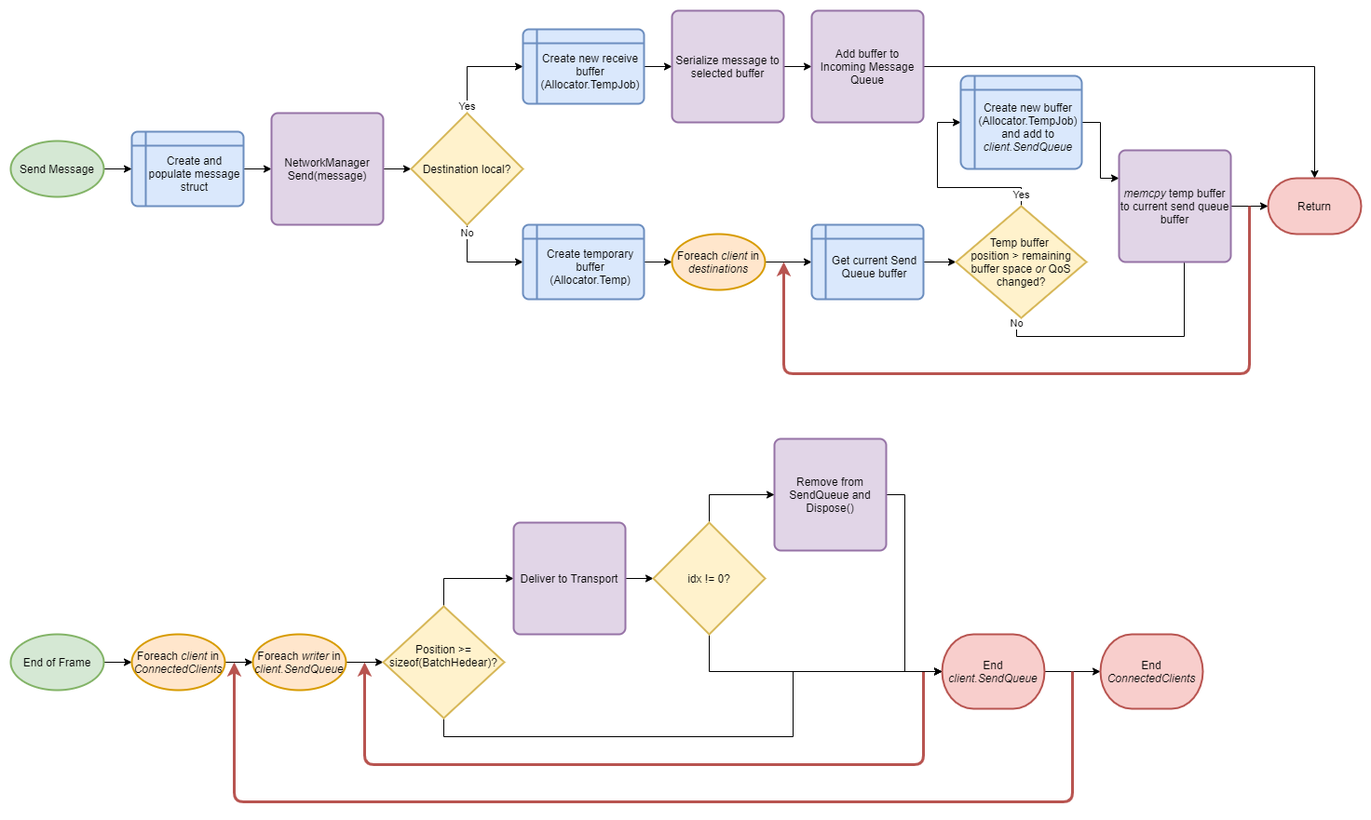
Above: text/0029-zero-alloc-messaging-flow/sending.png in Unity-Technologies/com.unity.multiplayer.rfcs (draw.io), before the change. Source tidied: cells renumbered, new cells last; positions are measured from the earlier drawing's top-left corner, leaving out a move shared by most shapes.
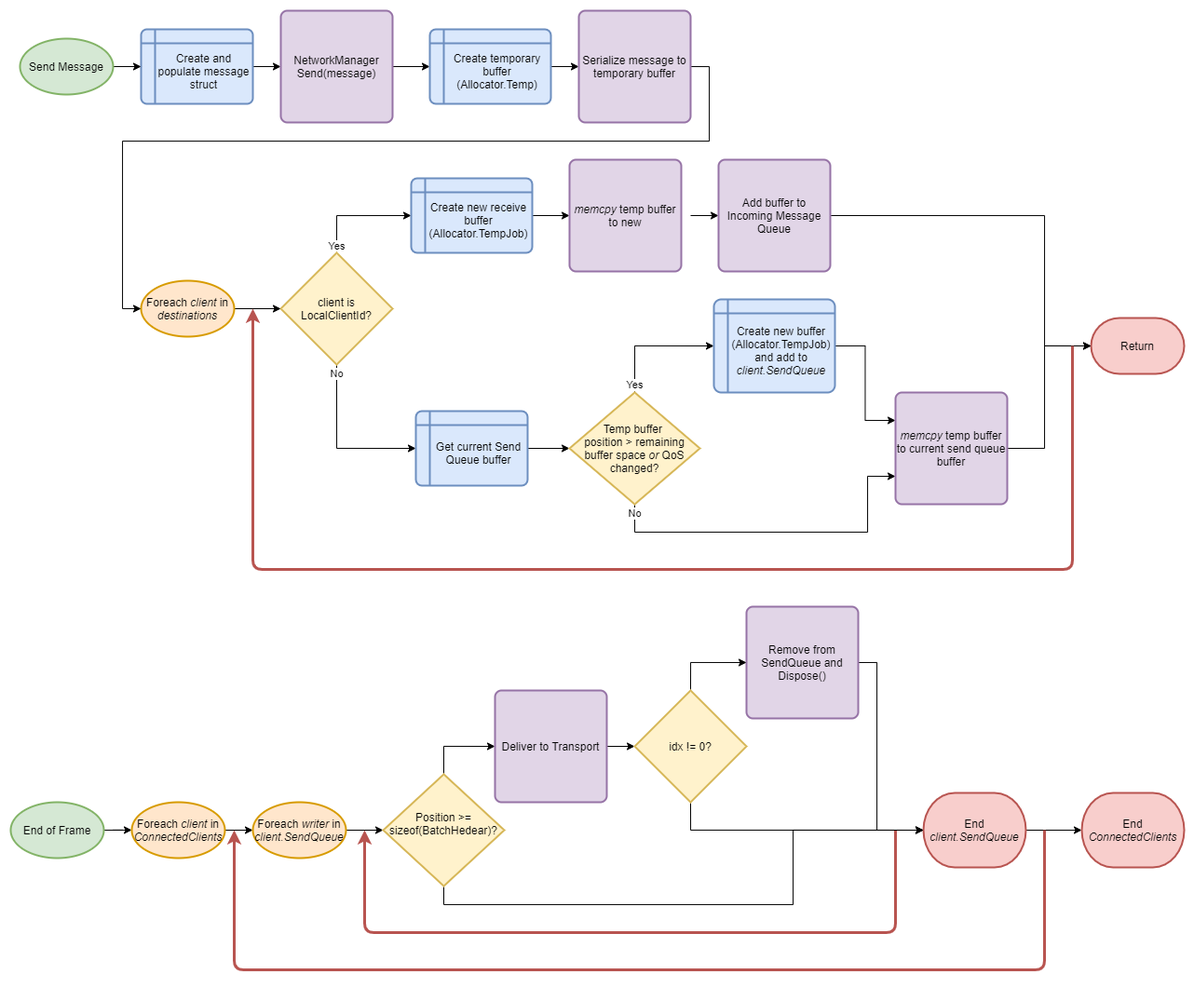
The same file after the commit.

Commit message:
Fixed inaccuracy in sending flow chart

What changed in the source:
```diff
@@ -10,5 +10,5 @@
     </mxCell>
-    <mxCell id="4" style="edgeStyle=orthogonalEdgeStyle;rounded=0;jettySize=auto;html=1;exitX=1;exitY=0.5;exitDx=0;exitDy=0;entryX=0;entryY=0.5;entryDx=0;entryDy=0;entryPerimeter=0;" parent="1" edge="1" source="5" target="8">
-      <mxGeometry relative="1" as="geometry" />
-    </mxCell>
+    <mxCell id="57" style="edgeStyle=orthogonalEdgeStyle;rounded=0;jettySize=auto;html=1;exitX=1;exitY=0.5;exitDx=0;exitDy=0;entryX=0;entryY=0.5;entryDx=0;entryDy=0;strokeWidth=1;fontSize=11;" parent="1" edge="1" source="5" target="21">
+      <mxGeometry relative="1" as="geometry" />
+    </mxCell>
     <mxCell id="5" value="NetworkManager&lt;br&gt;Send(message)" style="rounded=1;whiteSpace=wrap;html=1;absoluteArcSize=1;arcSize=14;strokeWidth=2;fillColor=#e1d5e7;strokeColor=#9673a6;" parent="1" vertex="1">
@@ -21,11 +21,11 @@
     </mxCell>
-    <mxCell id="7" value="No" style="edgeStyle=orthogonalEdgeStyle;rounded=0;jettySize=auto;html=1;exitX=0.5;exitY=1;exitDx=0;exitDy=0;exitPerimeter=0;entryX=0;entryY=0.5;entryDx=0;entryDy=0;" parent="1" edge="1" source="8" target="21">
-      <mxGeometry x="-0.85" relative="1" as="geometry">
-        <mxPoint y="1" as="offset" />
+    <mxCell id="7" value="No" style="edgeStyle=orthogonalEdgeStyle;rounded=0;jettySize=auto;html=1;exitX=0.5;exitY=1;exitDx=0;exitDy=0;exitPerimeter=0;entryX=0;entryY=0.5;entryDx=0;entryDy=0;fontSize=11;strokeWidth=1;" parent="1" edge="1" source="8" target="25">
+      <mxGeometry x="-0.89" relative="1" as="geometry">
+        <mxPoint y="-1" as="offset" />
       </mxGeometry>
     </mxCell>
-    <mxCell id="8" value="Destination local?" style="strokeWidth=2;html=1;shape=mxgraph.flowchart.decision;whiteSpace=wrap;fillColor=#fff2cc;strokeColor=#d6b656;" parent="1" vertex="1">
-      <mxGeometry x="430" y="110" width="120" height="120" as="geometry" />
+    <mxCell id="8" value="client is LocalClientId?" style="strokeWidth=2;html=1;shape=mxgraph.flowchart.decision;whiteSpace=wrap;fillColor=#fff2cc;strokeColor=#d6b656;" parent="1" vertex="1">
+      <mxGeometry x="280" y="370" width="120" height="120" as="geometry" />
     </mxCell>
-    <mxCell id="9" style="edgeStyle=orthogonalEdgeStyle;rounded=0;jettySize=auto;html=1;exitX=1;exitY=0.5;exitDx=0;exitDy=0;entryX=0;entryY=0.5;entryDx=0;entryDy=0;" parent="1" edge="1" source="10" target="15">
+    <mxCell id="9" style="edgeStyle=orthogonalEdgeStyle;rounded=0;jettySize=auto;html=1;exitX=1;exitY=0.5;exitDx=0;exitDy=0;entryX=0;entryY=0.5;entryDx=0;entryDy=0;" parent="1" edge="1" source="10" target="62">
       <mxGeometry relative="1" as="geometry" />
@@ -33,3 +33,3 @@
     <mxCell id="10" value="Create new receive buffer (Allocator.TempJob)" style="shape=internalStorage;whiteSpace=wrap;html=1;dx=15;dy=15;rounded=1;arcSize=8;strokeWidth=2;spacingLeft=15;spacingTop=10;fillColor=#dae8fc;strokeColor=#6c8ebf;" parent="1" vertex="1">
-      <mxGeometry x="550" y="20" width="130" height="80" as="geometry" />
+      <mxGeometry x="420" y="290" width="130" height="80" as="geometry" />
     </mxCell>
@@ -50,16 +50,20 @@
     </mxCell>
-    <mxCell id="14" style="edgeStyle=orthogonalEdgeStyle;rounded=0;jettySize=auto;html=1;exitX=1;exitY=0.5;exitDx=0;exitDy=0;entryX=0;entryY=0.5;entryDx=0;entryDy=0;" parent="1" edge="1" source="15" target="18">
-      <mxGeometry relative="1" as="geometry" />
+    <mxCell id="14" style="edgeStyle=orthogonalEdgeStyle;rounded=0;jettySize=auto;html=1;exitX=1;exitY=0.5;exitDx=0;exitDy=0;entryX=0;entryY=0.5;entryDx=0;entryDy=0;" parent="1" edge="1" target="18">
+      <mxGeometry relative="1" as="geometry">
+        <mxPoint x="720" y="330" as="sourcePoint" />
+      </mxGeometry>
     </mxCell>
-    <mxCell id="15" value="Serialize message to selected buffer" style="rounded=1;whiteSpace=wrap;html=1;absoluteArcSize=1;arcSize=14;strokeWidth=2;fillColor=#e1d5e7;strokeColor=#9673a6;" parent="1" vertex="1">
-      <mxGeometry x="710" width="120" height="120" as="geometry" />
-    </mxCell>
     <mxCell id="16" value="Return" style="strokeWidth=2;html=1;shape=mxgraph.flowchart.terminator;whiteSpace=wrap;fillColor=#f8cecc;strokeColor=#b85450;" parent="1" vertex="1">
-      <mxGeometry x="1350" y="180" width="100" height="60" as="geometry" />
+      <mxGeometry x="1150" y="440" width="100" height="60" as="geometry" />
     </mxCell>
-    <mxCell id="17" style="edgeStyle=orthogonalEdgeStyle;rounded=0;jettySize=auto;html=1;exitX=1;exitY=0.5;exitDx=0;exitDy=0;entryX=0.5;entryY=0;entryDx=0;entryDy=0;entryPerimeter=0;" parent="1" edge="1" source="18" target="16">
-      <mxGeometry relative="1" as="geometry" />
+    <mxCell id="17" style="edgeStyle=orthogonalEdgeStyle;rounded=0;jettySize=auto;html=1;exitX=1;exitY=0.5;exitDx=0;exitDy=0;entryX=0;entryY=0.5;entryDx=0;entryDy=0;entryPerimeter=0;" parent="1" edge="1" source="18" target="16">
+      <mxGeometry relative="1" as="geometry">
+        <Array as="points">
+          <mxPoint x="1100" y="330" />
+          <mxPoint x="1100" y="470" />
+        </Array>
+      </mxGeometry>
     </mxCell>
     <mxCell id="18" value="Add buffer to Incoming Message Queue" style="rounded=1;whiteSpace=wrap;html=1;absoluteArcSize=1;arcSize=14;strokeWidth=2;fillColor=#e1d5e7;strokeColor=#9673a6;" parent="1" vertex="1">
-      <mxGeometry x="860" width="120" height="120" as="geometry" />
+      <mxGeometry x="750" y="270" width="120" height="120" as="geometry" />
     </mxCell>
@@ -70,13 +74,13 @@
     </mxCell>
-    <mxCell id="20" style="edgeStyle=orthogonalEdgeStyle;rounded=0;jettySize=auto;html=1;exitX=1;exitY=0.5;exitDx=0;exitDy=0;entryX=0;entryY=0.5;entryDx=0;entryDy=0;entryPerimeter=0;" parent="1" edge="1" source="21" target="23">
-      <mxGeometry relative="1" as="geometry" />
-    </mxCell>
+    <mxCell id="58" style="edgeStyle=orthogonalEdgeStyle;rounded=0;jettySize=auto;html=1;exitX=1;exitY=0.5;exitDx=0;exitDy=0;entryX=0;entryY=0.5;entryDx=0;entryDy=0;fontSize=11;strokeWidth=1;" parent="1" edge="1" source="21" target="61">
+      <mxGeometry relative="1" as="geometry" />
+    </mxCell>
     <mxCell id="21" value="Create temporary buffer (Allocator.Temp)" style="shape=internalStorage;whiteSpace=wrap;html=1;dx=15;dy=15;rounded=1;arcSize=8;strokeWidth=2;spacingLeft=15;spacingTop=10;fillColor=#dae8fc;strokeColor=#6c8ebf;" parent="1" vertex="1">
-      <mxGeometry x="550" y="230" width="130" height="80" as="geometry" />
+      <mxGeometry x="440" y="130" width="130" height="80" as="geometry" />
     </mxCell>
-    <mxCell id="22" style="edgeStyle=orthogonalEdgeStyle;rounded=0;jettySize=auto;html=1;exitX=1;exitY=0.5;exitDx=0;exitDy=0;exitPerimeter=0;entryX=0;entryY=0.5;entryDx=0;entryDy=0;" parent="1" edge="1" source="23" target="25">
-      <mxGeometry relative="1" as="geometry" />
-    </mxCell>
+    <mxCell id="59" style="edgeStyle=orthogonalEdgeStyle;rounded=0;jettySize=auto;html=1;exitX=1;exitY=0.5;exitDx=0;exitDy=0;exitPerimeter=0;entryX=0;entryY=0.5;entryDx=0;entryDy=0;entryPerimeter=0;fontSize=11;strokeWidth=1;" parent="1" edge="1" source="23" target="8">
+      <mxGeometry relative="1" as="geometry" />
+    </mxCell>
     <mxCell id="23" value="Foreach &lt;i&gt;client&amp;nbsp;&lt;/i&gt;in &lt;i&gt;destinations&lt;/i&gt;" style="strokeWidth=2;html=1;shape=mxgraph.flowchart.start_1;whiteSpace=wrap;fillColor=#ffe6cc;strokeColor=#d79b00;" parent="1" vertex="1">
-      <mxGeometry x="710" y="240" width="100" height="60" as="geometry" />
+      <mxGeometry x="130" y="400" width="100" height="60" as="geometry" />
     </mxCell>
@@ -86,3 +90,3 @@
     <mxCell id="25" value="Get current Send Queue buffer" style="shape=internalStorage;whiteSpace=wrap;html=1;dx=15;dy=15;rounded=1;arcSize=8;strokeWidth=2;spacingLeft=15;spacingTop=10;fillColor=#dae8fc;strokeColor=#6c8ebf;" parent="1" vertex="1">
-      <mxGeometry x="860" y="230" width="120" height="80" as="geometry" />
+      <mxGeometry x="425" y="540" width="120" height="80" as="geometry" />
     </mxCell>
@@ -96,7 +100,7 @@
         <Array as="points">
-          <mxPoint x="1080" y="350" />
-          <mxPoint x="1260" y="350" />
-          <mxPoint x="1260" y="240" />
+          <mxPoint x="660" y="670" />
+          <mxPoint x="910" y="670" />
+          <mxPoint x="910" y="610" />
         </Array>
-        <mxPoint y="1" as="offset" />
+        <mxPoint y="-1" as="offset" />
       </mxGeometry>
@@ -104,3 +108,3 @@
     <mxCell id="28" value="Temp buffer &lt;br&gt;position &amp;gt; remaining&lt;br&gt;buffer space &lt;i&gt;or &lt;/i&gt;QoS changed?" style="strokeWidth=2;html=1;shape=mxgraph.flowchart.decision;whiteSpace=wrap;fillColor=#fff2cc;strokeColor=#d6b656;spacingLeft=10;spacingBottom=0;spacingRight=10;" parent="1" vertex="1">
-      <mxGeometry x="1015" y="210" width="140" height="120" as="geometry" />
+      <mxGeometry x="590" y="520" width="140" height="120" as="geometry" />
     </mxCell>
@@ -110,9 +114,14 @@
     <mxCell id="30" value="Create new buffer (Allocator.TempJob) and add to &lt;i&gt;client.SendQueue&lt;/i&gt;" style="shape=internalStorage;whiteSpace=wrap;html=1;dx=15;dy=15;rounded=1;arcSize=8;strokeWidth=2;spacingLeft=15;spacingTop=10;fillColor=#dae8fc;strokeColor=#6c8ebf;" parent="1" vertex="1">
-      <mxGeometry x="1020" y="70" width="130" height="100" as="geometry" />
+      <mxGeometry x="745" y="420" width="130" height="100" as="geometry" />
     </mxCell>
-    <mxCell id="31" style="edgeStyle=orthogonalEdgeStyle;rounded=0;jettySize=auto;html=1;exitX=1;exitY=0.5;exitDx=0;exitDy=0;" parent="1" edge="1" source="32" target="16">
-      <mxGeometry relative="1" as="geometry" />
+    <mxCell id="31" style="edgeStyle=orthogonalEdgeStyle;rounded=0;jettySize=auto;html=1;exitX=1;exitY=0.5;exitDx=0;exitDy=0;entryX=0;entryY=0.5;entryDx=0;entryDy=0;entryPerimeter=0;" parent="1" edge="1" source="32" target="16">
+      <mxGeometry relative="1" as="geometry">
+        <Array as="points">
+          <mxPoint x="1100" y="580" />
+          <mxPoint x="1100" y="470" />
+        </Array>
+      </mxGeometry>
     </mxCell>
     <mxCell id="32" value="&lt;i&gt;memcpy &lt;/i&gt;temp buffer to current send queue buffer" style="rounded=1;whiteSpace=wrap;html=1;absoluteArcSize=1;arcSize=14;strokeWidth=2;fillColor=#e1d5e7;strokeColor=#9673a6;" parent="1" vertex="1">
-      <mxGeometry x="1190" y="150" width="120" height="120" as="geometry" />
+      <mxGeometry x="940" y="520" width="120" height="120" as="geometry" />
     </mxCell>
@@ -120,7 +129,7 @@
       <mxGeometry relative="1" as="geometry">
-        <mxPoint x="1330" y="210" as="sourcePoint" />
-        <mxPoint x="830" y="270" as="targetPoint" />
+        <mxPoint x="1130" y="470" as="sourcePoint" />
+        <mxPoint x="250" y="430" as="targetPoint" />
         <Array as="points">
-          <mxPoint x="1330" y="390" />
-          <mxPoint x="830" y="390" />
+          <mxPoint x="1130" y="710" />
+          <mxPoint x="250" y="710" />
         </Array>
@@ -138,3 +147,3 @@
     <mxCell id="37" value="End of Frame" style="strokeWidth=2;html=1;shape=mxgraph.flowchart.start_1;whiteSpace=wrap;labelBackgroundColor=none;fillColor=#d5e8d4;strokeColor=#82b366;" parent="1" vertex="1">
-      <mxGeometry y="670" width="100" height="60" as="geometry" />
+      <mxGeometry x="-10" y="960" width="100" height="60" as="geometry" />
     </mxCell>
@@ -144,3 +153,3 @@
     <mxCell id="39" value="Foreach &lt;i&gt;client&amp;nbsp;&lt;/i&gt;in &lt;i&gt;ConnectedClients&lt;/i&gt;" style="strokeWidth=2;html=1;shape=mxgraph.flowchart.start_1;whiteSpace=wrap;fillColor=#ffe6cc;strokeColor=#d79b00;" parent="1" vertex="1">
-      <mxGeometry x="130" y="670" width="100" height="60" as="geometry" />
+      <mxGeometry x="120" y="960" width="100" height="60" as="geometry" />
     </mxCell>
@@ -150,3 +159,3 @@
     <mxCell id="41" value="Foreach &lt;i&gt;writer&amp;nbsp;&lt;/i&gt;in &lt;i&gt;client.SendQueue&lt;/i&gt;" style="strokeWidth=2;html=1;shape=mxgraph.flowchart.start_1;whiteSpace=wrap;fillColor=#ffe6cc;strokeColor=#d79b00;" parent="1" vertex="1">
-      <mxGeometry x="260" y="670" width="100" height="60" as="geometry" />
+      <mxGeometry x="250" y="960" width="100" height="60" as="geometry" />
     </mxCell>
@@ -158,5 +167,5 @@
         <Array as="points">
-          <mxPoint x="465" y="780" />
-          <mxPoint x="840" y="780" />
-          <mxPoint x="840" y="710" />
+          <mxPoint x="455" y="1070" />
+          <mxPoint x="830" y="1070" />
+          <mxPoint x="830" y="990" />
         </Array>
@@ -165,3 +174,3 @@
     <mxCell id="44" value="Position &amp;gt;= sizeof(BatchHedear)?&lt;br&gt;&amp;nbsp;" style="strokeWidth=2;html=1;shape=mxgraph.flowchart.decision;whiteSpace=wrap;fillColor=#fff2cc;strokeColor=#d6b656;" parent="1" vertex="1">
-      <mxGeometry x="400" y="640" width="130" height="120" as="geometry" />
+      <mxGeometry x="390" y="930" width="130" height="120" as="geometry" />
     </mxCell>
@@ -171,3 +180,3 @@
     <mxCell id="46" value="Deliver to Transport" style="rounded=1;whiteSpace=wrap;html=1;absoluteArcSize=1;arcSize=14;strokeWidth=2;fillColor=#e1d5e7;strokeColor=#9673a6;" parent="1" vertex="1">
-      <mxGeometry x="540" y="550" width="120" height="120" as="geometry" />
+      <mxGeometry x="510" y="840" width="120" height="120" as="geometry" />
     </mxCell>
@@ -177,3 +186,3 @@
     <mxCell id="48" value="End &lt;i&gt;client.SendQueue&lt;/i&gt;" style="strokeWidth=2;html=1;shape=mxgraph.flowchart.terminator;whiteSpace=wrap;labelBackgroundColor=none;fillColor=#f8cecc;strokeColor=#b85450;" parent="1" vertex="1">
-      <mxGeometry x="1000" y="670" width="110" height="80" as="geometry" />
+      <mxGeometry x="970" y="950" width="110" height="80" as="geometry" />
     </mxCell>
@@ -181,7 +190,7 @@
       <mxGeometry relative="1" as="geometry">
-        <mxPoint x="980" y="710" as="sourcePoint" />
-        <mxPoint x="380" y="700" as="targetPoint" />
+        <mxPoint x="940" y="990" as="sourcePoint" />
+        <mxPoint x="370" y="990" as="targetPoint" />
         <Array as="points">
-          <mxPoint x="980" y="810" />
-          <mxPoint x="380" y="810" />
+          <mxPoint x="940" y="1100" />
+          <mxPoint x="370" y="1100" />
         </Array>
@@ -190,3 +199,3 @@
     <mxCell id="50" value="End &lt;i&gt;ConnectedClients&lt;/i&gt;" style="strokeWidth=2;html=1;shape=mxgraph.flowchart.terminator;whiteSpace=wrap;labelBackgroundColor=none;fillColor=#f8cecc;strokeColor=#b85450;" parent="1" vertex="1">
-      <mxGeometry x="1170" y="670" width="110" height="80" as="geometry" />
+      <mxGeometry x="1140" y="950" width="110" height="80" as="geometry" />
     </mxCell>
@@ -194,7 +203,7 @@
       <mxGeometry relative="1" as="geometry">
-        <mxPoint x="1140" y="710" as="sourcePoint" />
-        <mxPoint x="240" y="700" as="targetPoint" />
+        <mxPoint x="1100" y="990" as="sourcePoint" />
+        <mxPoint x="230" y="990" as="targetPoint" />
         <Array as="points">
-          <mxPoint x="1140" y="850" />
-          <mxPoint x="240" y="850" />
+          <mxPoint x="1100" y="1140" />
+          <mxPoint x="230" y="1140" />
         </Array>
@@ -205,4 +214,4 @@
         <Array as="points">
-          <mxPoint x="960" y="520" />
-          <mxPoint x="960" y="710" />
+          <mxPoint x="920" y="810" />
+          <mxPoint x="920" y="990" />
         </Array>
@@ -211,3 +220,3 @@
     <mxCell id="53" value="Remove from SendQueue and Dispose()" style="rounded=1;whiteSpace=wrap;html=1;absoluteArcSize=1;arcSize=14;strokeWidth=2;fillColor=#e1d5e7;strokeColor=#9673a6;" parent="1" vertex="1">
-      <mxGeometry x="820" y="460" width="120" height="120" as="geometry" />
+      <mxGeometry x="780" y="750" width="120" height="120" as="geometry" />
     </mxCell>
@@ -220,4 +229,20 @@
     <mxCell id="56" value="idx != 0?" style="strokeWidth=2;html=1;shape=mxgraph.flowchart.decision;whiteSpace=wrap;fillColor=#fff2cc;strokeColor=#d6b656;" parent="1" vertex="1">
-      <mxGeometry x="690" y="550" width="120" height="120" as="geometry" />
+      <mxGeometry x="660" y="840" width="120" height="120" as="geometry" />
     </mxCell>
+    <mxCell id="60" style="edgeStyle=orthogonalEdgeStyle;rounded=0;jettySize=auto;html=1;exitX=1;exitY=0.5;exitDx=0;exitDy=0;entryX=0;entryY=0.5;entryDx=0;entryDy=0;entryPerimeter=0;fontSize=11;strokeWidth=1;" parent="1" edge="1" source="61" target="23">
+      <mxGeometry relative="1" as="geometry">
+        <Array as="points">
+          <mxPoint x="740" y="170" />
+          <mxPoint x="740" y="250" />
+          <mxPoint x="110" y="250" />
+          <mxPoint x="110" y="430" />
+        </Array>
+      </mxGeometry>
+    </mxCell>
+    <mxCell id="61" value="Serialize message to temporary buffer" style="rounded=1;whiteSpace=wrap;html=1;absoluteArcSize=1;arcSize=14;strokeWidth=2;fillColor=#e1d5e7;strokeColor=#9673a6;" parent="1" vertex="1">
+      <mxGeometry x="600" y="110" width="120" height="120" as="geometry" />
+    </mxCell>
+    <mxCell id="62" value="&lt;i&gt;memcpy &lt;/i&gt;temp buffer to new" style="rounded=1;whiteSpace=wrap;html=1;absoluteArcSize=1;arcSize=14;strokeWidth=2;fillColor=#e1d5e7;strokeColor=#9673a6;" parent="1" vertex="1">
+      <mxGeometry x="590" y="270" width="120" height="120" as="geometry" />
+    </mxCell>
   </root>
```
